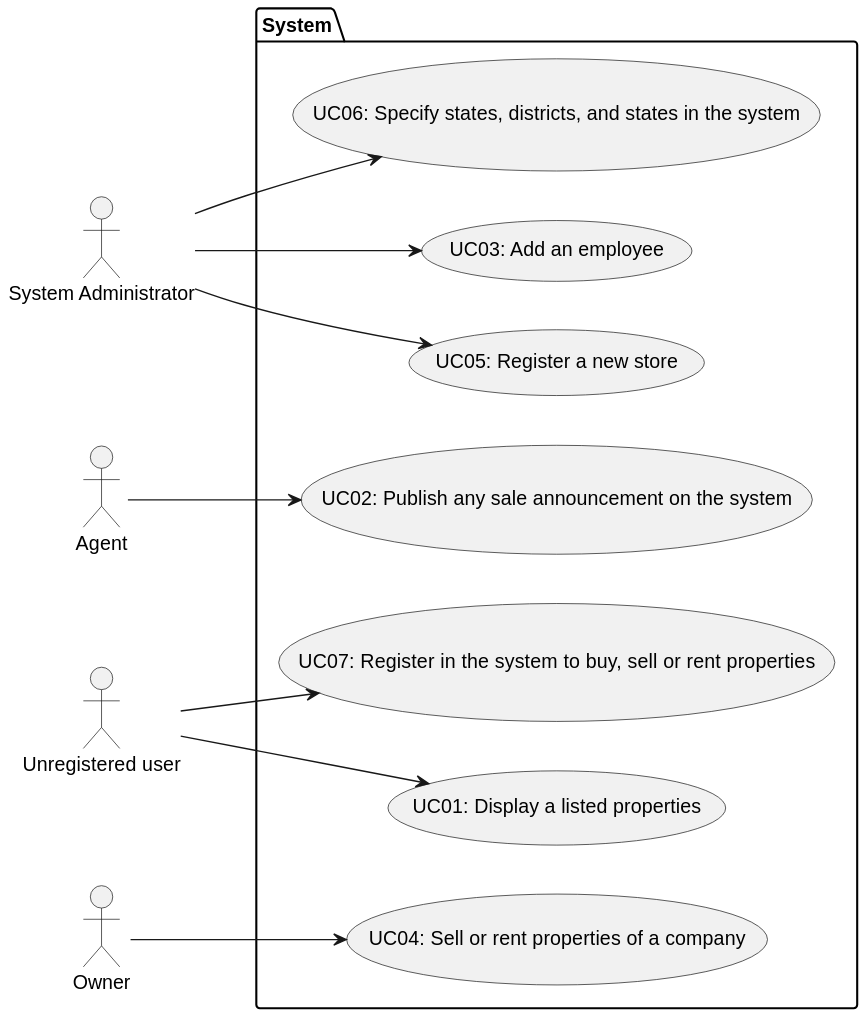
Above: docs/sprintB/global-artifacts/01.requirements-engineering/svg/use-case-diagram.svg in PureNimble/ISEP-LAPR2 (PlantUML), before the change.
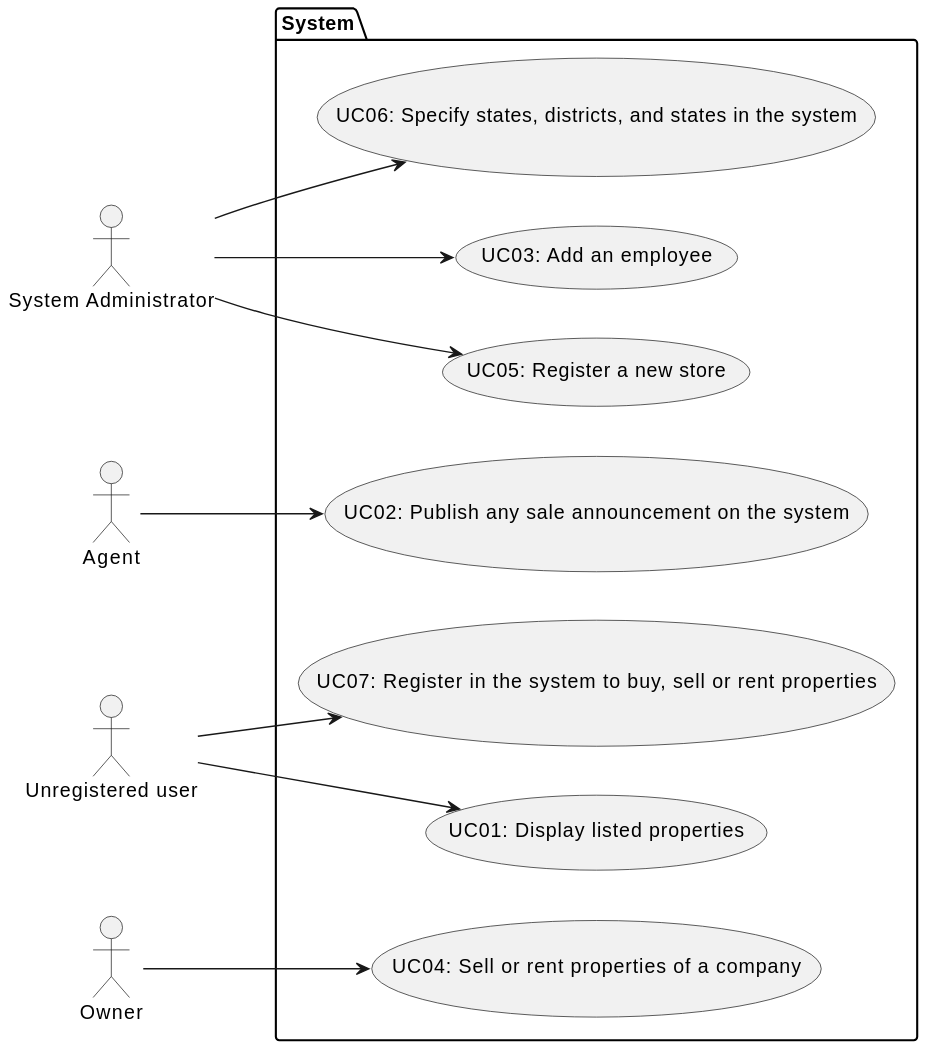
The same diagram one commit later.

Commit message:
Changes to Use Case Diagram

Diff of the diagram source:
```diff
@@ -1,5 +1,4 @@
 @startuml
-
 left to right direction
 
  :System Administrator: as admin
@@ -7,7 +6,7 @@
  :Unregistered user: as user
  :Owner: as owner
  package System {
-   usecase "UC01: Display a listed properties" as UC1
+   usecase "UC01: Display listed properties" as UC1
    usecase "UC02: Publish any sale announcement on the system" as UC2
    usecase "UC03: Add an employee" as UC3
    usecase "UC04: Sell or rent properties of a company" as UC4
@@ -25,7 +24,4 @@
  agent --> UC2
 
  owner --> UC4
-
-
-
 @enduml
```
